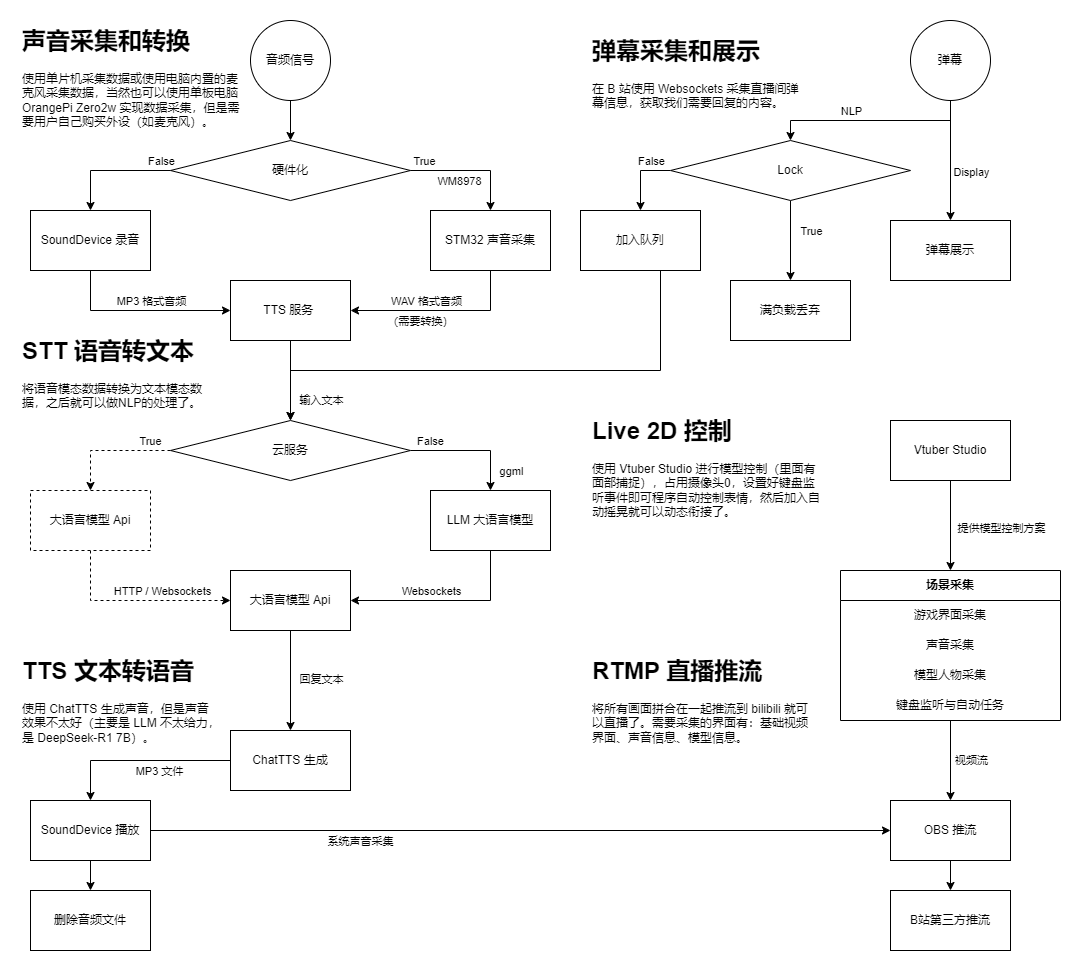
This is images/control.drawio.png from hhhhc-da/auto-stream, a draw.io export, as it was before one commit. Source tidied: cells renumbered, new cells last; positions are measured from the earlier drawing's top-left corner, leaving out a move shared by most shapes.
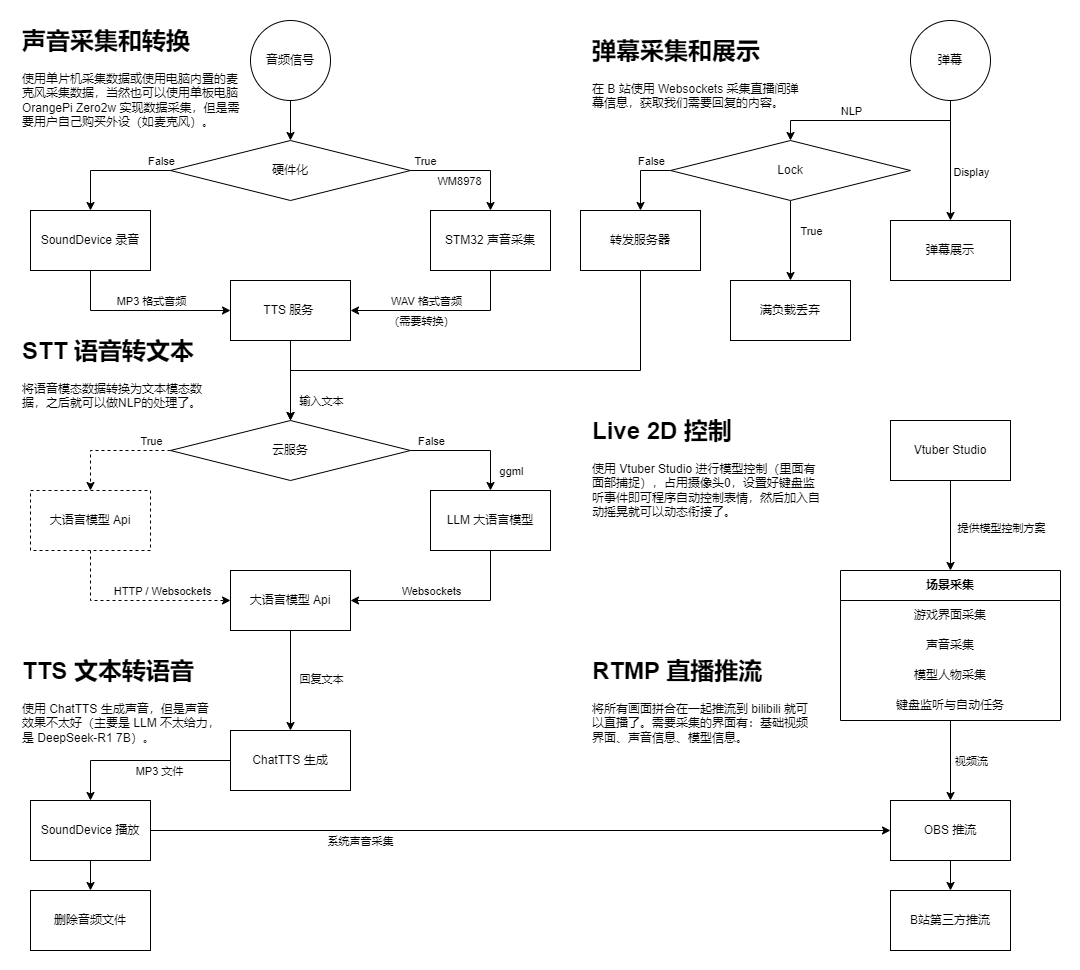
After the change.

Diff of the diagram source:
```diff
@@ -225,12 +225,12 @@
     <mxCell id="64" style="edgeStyle=orthogonalEdgeStyle;rounded=0;jettySize=auto;html=1;exitX=0.5;exitY=1;exitDx=0;exitDy=0;entryX=0.5;entryY=0;entryDx=0;entryDy=0;" parent="1" edge="1" source="65" target="30">
       <mxGeometry relative="1" as="geometry">
         <Array as="points">
-          <mxPoint x="660" y="370" />
+          <mxPoint x="640" y="370" />
           <mxPoint x="290" y="370" />
         </Array>
       </mxGeometry>
     </mxCell>
-    <mxCell id="65" value="加入队列" style="rounded=0;whiteSpace=wrap;html=1;" parent="1" vertex="1">
+    <mxCell id="65" value="转发服务器" style="rounded=0;whiteSpace=wrap;html=1;" parent="1" vertex="1">
       <mxGeometry x="580" y="210" width="120" height="60" as="geometry" />
     </mxCell>
     <mxCell id="66" style="edgeStyle=orthogonalEdgeStyle;rounded=0;jettySize=auto;html=1;exitX=0;exitY=0.5;exitDx=0;exitDy=0;entryX=0.5;entryY=0;entryDx=0;entryDy=0;" parent="1" edge="1" source="73" target="65">
```
